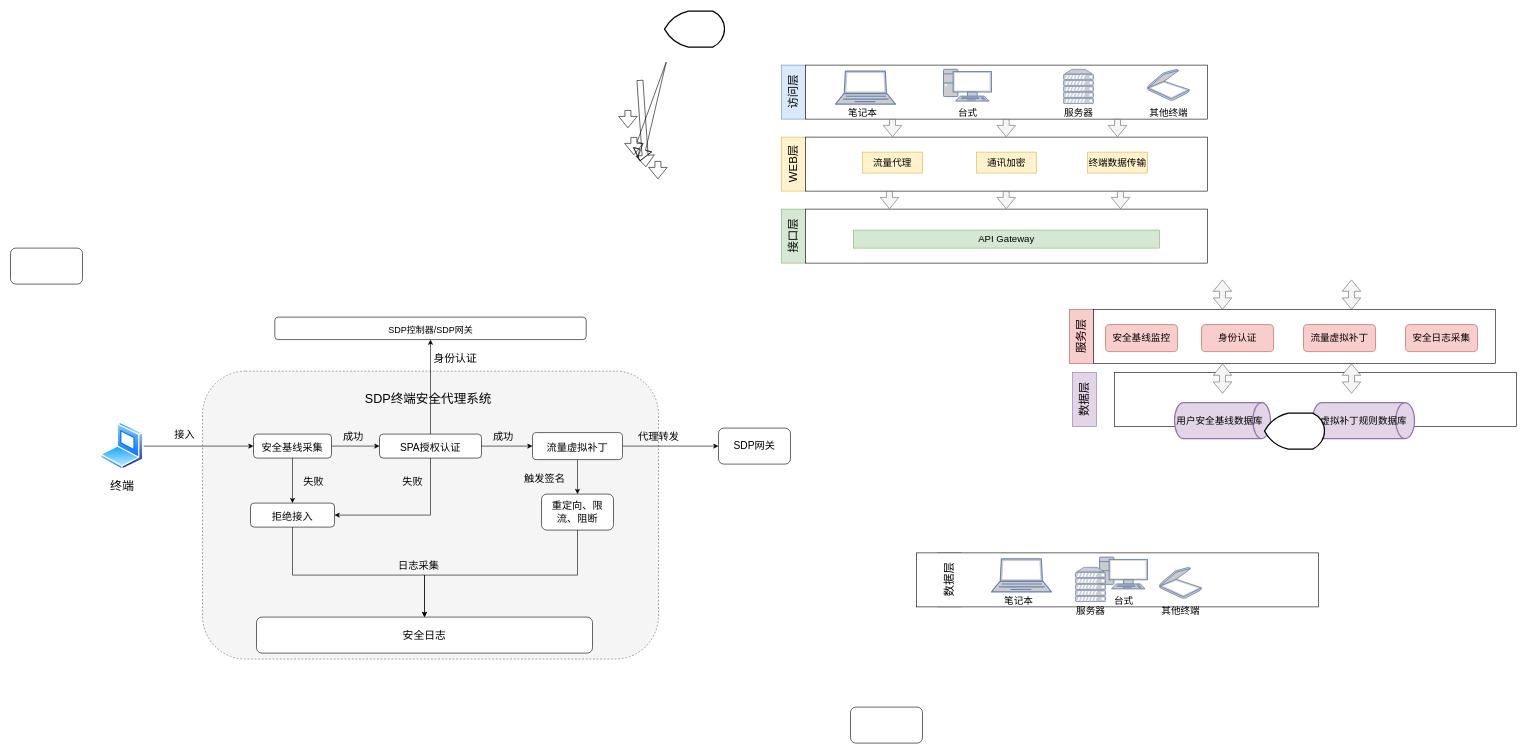
Moose1273/- keeps this draw.io diagram as testDirectory/系统框架.drawio. Above is the earlier version. Source tidied: cells renumbered, new cells numbered last; positions are measured from the earlier drawing's top-left corner, leaving out a move shared by most shapes. Both pictures are drawn from the tidied source at 60%, with x=0, y=0 at pixel (10, 11).
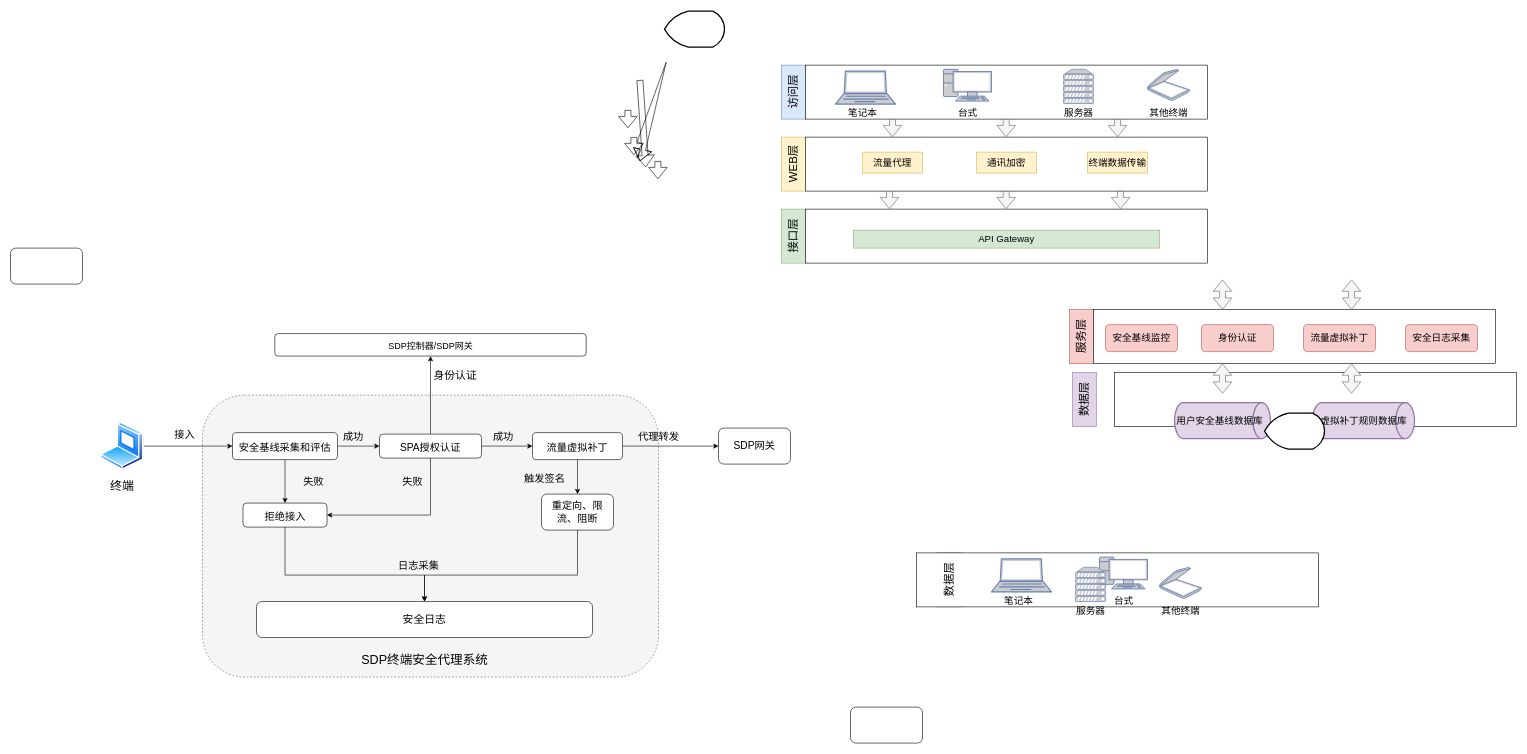
The same diagram, later.

Commit message:
更新系统框架.drawio

The edit, as a diff of the source:
```diff
@@
     <mxCell id="65" style="rounded=1;whiteSpace=wrap;html=1;fillColor=#f5f5f5;fontColor=#333333;strokeColor=#666666;dashed=1;" parent="1" vertex="1">
-      <mxGeometry x="320" y="600" width="760" height="480" as="geometry" />
+      <mxGeometry x="320" y="640" width="760" height="470" as="geometry" />
     </mxCell>
     <mxCell id="66" value="&lt;font style=&quot;font-size: 21px;&quot;&gt;SDP终端安全代理系统&lt;/font&gt;" style="text;html=1;align=center;verticalAlign=middle;strokeColor=none;fillColor=none;" parent="1" vertex="1">
-      <mxGeometry x="581.2" y="625" width="230" height="40" as="geometry" />
+      <mxGeometry x="575" y="1060" width="230" height="40" as="geometry" />
     </mxCell>
@@
-    <mxCell id="69" value="&lt;font style=&quot;font-size: 17px;&quot;&gt;安全基线采集&lt;/font&gt;" style="rounded=1;whiteSpace=wrap;html=1;fontSize=21;" parent="1" vertex="1">
-      <mxGeometry x="405" y="705" width="130" height="40" as="geometry" />
+    <mxCell id="69" value="&lt;font style=&quot;font-size: 17px;&quot;&gt;安全基线采集和评估&lt;/font&gt;" style="rounded=1;whiteSpace=wrap;html=1;fontSize=21;" parent="1" vertex="1">
+      <mxGeometry x="370" y="702.5" width="175" height="45" as="geometry" />
     </mxCell>
-    <mxCell id="70" style="edgeStyle=orthogonalEdgeStyle;rounded=0;jettySize=auto;html=1;exitX=0.5;exitY=1;exitDx=0;exitDy=0;entryX=0.5;entryY=0;entryDx=0;entryDy=0;fontSize=18;" parent="1" edge="1" source="71" target="81">
+    <mxCell id="70" style="edgeStyle=orthogonalEdgeStyle;rounded=0;jettySize=auto;html=1;exitX=0.5;exitY=1;exitDx=0;exitDy=0;" parent="1" edge="1" source="71" target="81">
       <mxGeometry relative="1" as="geometry">
         <Array as="points">
-          <mxPoint x="470" y="940" />
+          <mxPoint x="458" y="940" />
           <mxPoint x="690" y="940" />
         </Array>
       </mxGeometry>
     </mxCell>
     <mxCell id="71" value="&lt;font style=&quot;font-size: 17px;&quot;&gt;拒绝接入&lt;/font&gt;" style="rounded=1;whiteSpace=wrap;html=1;fontSize=21;" parent="1" vertex="1">
-      <mxGeometry x="400" y="820" width="140" height="40" as="geometry" />
+      <mxGeometry x="387.5" y="820" width="140" height="40" as="geometry" />
     </mxCell>
@@
     <mxCell id="80" value="&lt;font style=&quot;font-size: 15px;&quot;&gt;SDP控制器/SDP网关&lt;/font&gt;" style="rounded=1;whiteSpace=wrap;html=1;fontSize=21;" parent="1" vertex="1">
-      <mxGeometry x="440.5" y="510" width="519" height="37.5" as="geometry" />
+      <mxGeometry x="440.5" y="537.5" width="519" height="37.5" as="geometry" />
     </mxCell>
     <mxCell id="81" value="&lt;font style=&quot;font-size: 18px;&quot;&gt;安全日志&lt;/font&gt;" style="rounded=1;whiteSpace=wrap;html=1;fontSize=20;" parent="1" vertex="1">
-      <mxGeometry x="410" y="1010" width="560" height="60" as="geometry" />
+      <mxGeometry x="410" y="984" width="560" height="60" as="geometry" />
     </mxCell>
@@
     <mxCell id="93" value="身份认证" style="text;html=1;align=center;verticalAlign=middle;strokeColor=none;fillColor=none;fontSize=18;" parent="1" vertex="1">
-      <mxGeometry x="691.2" y="560" width="100" height="40" as="geometry" />
+      <mxGeometry x="691.2" y="587.5" width="100" height="40" as="geometry" />
     </mxCell>
```
